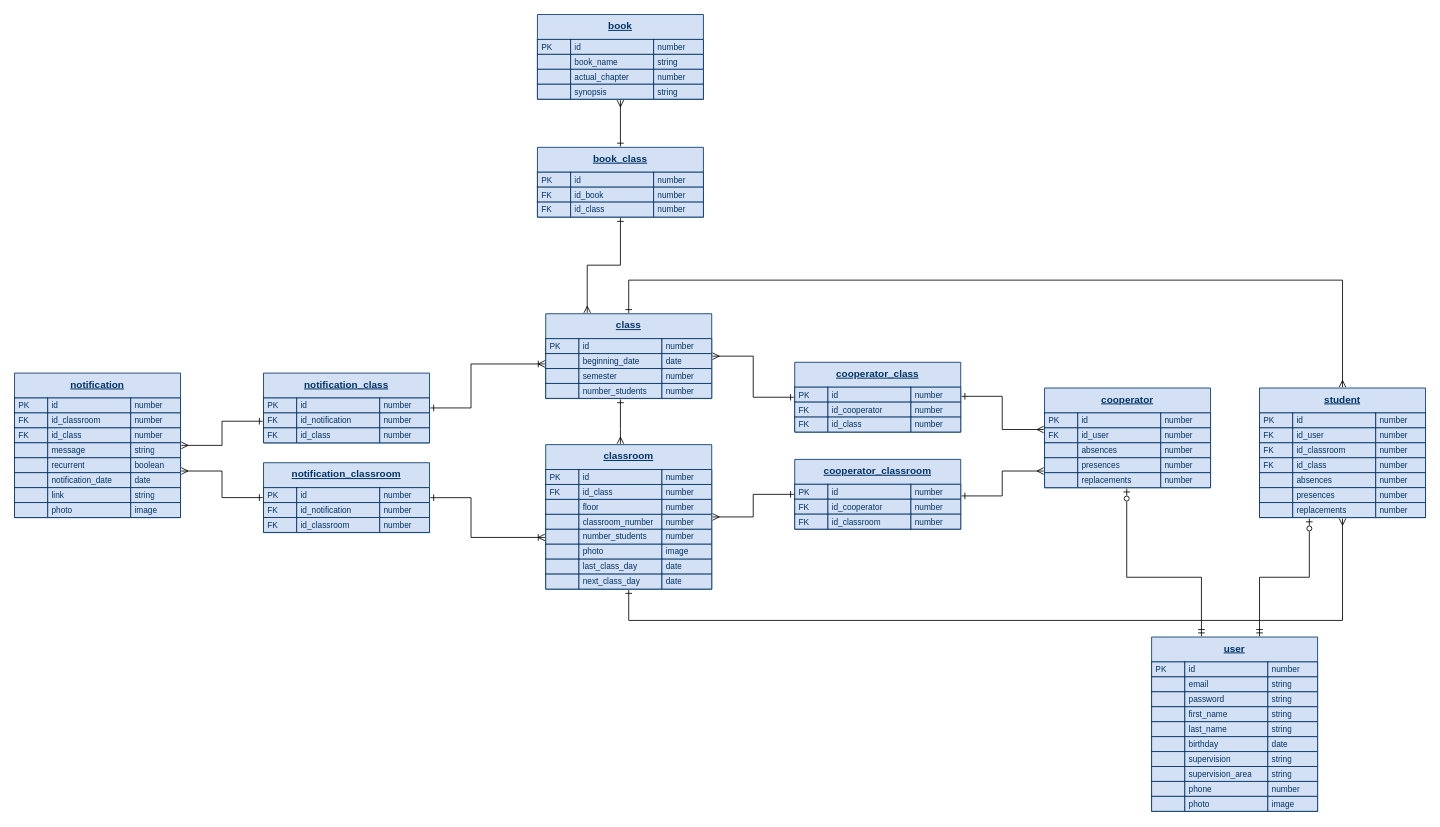
Earlier version of the draw.io diagram ser_db.drawio (FreeSoulsDotBat/SER). Source tidied: cells renumbered, new cells numbered last; positions are measured from the earlier drawing's top-left corner, leaving out a move shared by most shapes. Both pictures are drawn from the tidied source at 83%, with x=0, y=0 at pixel (14, 14).
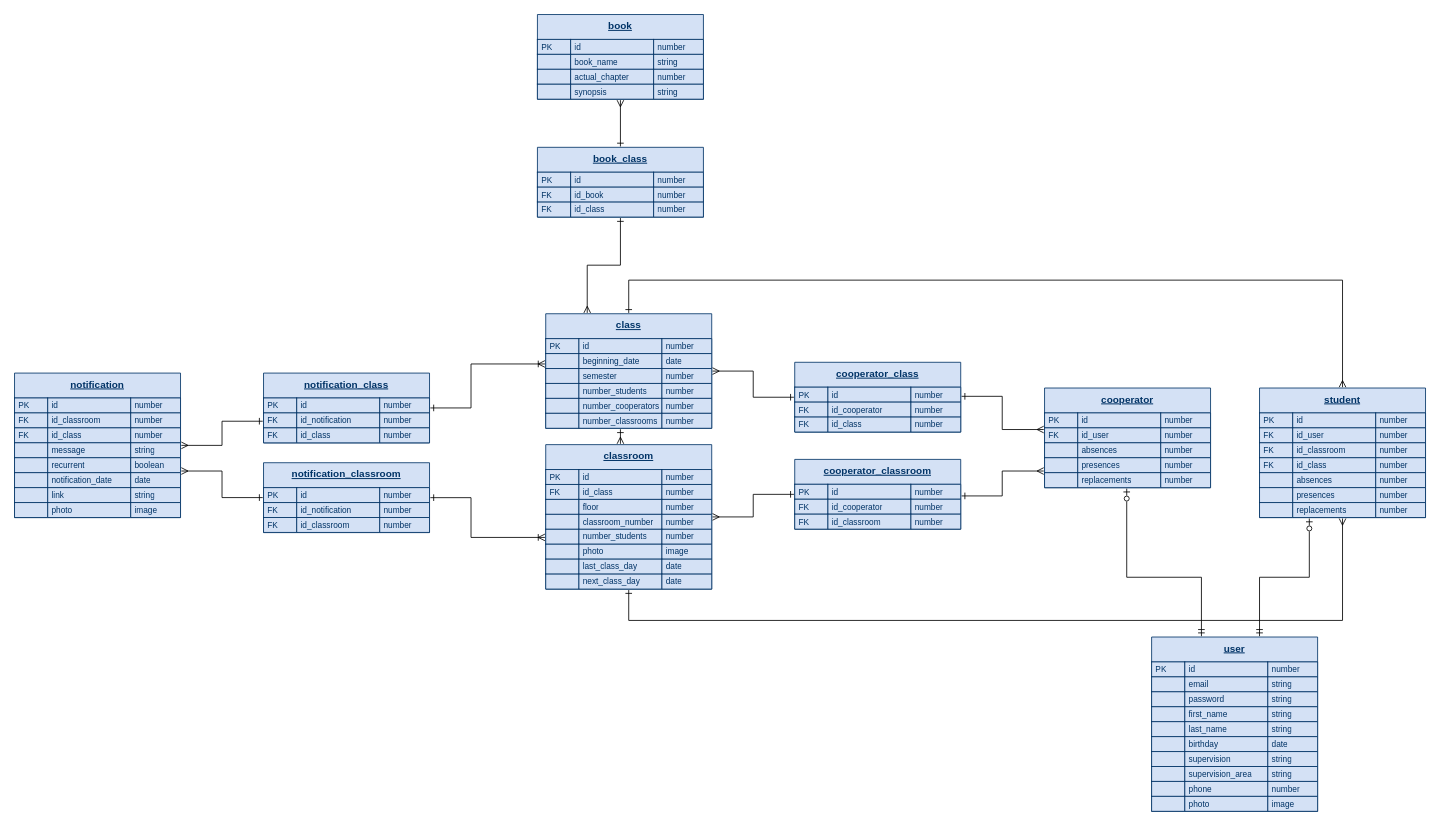
Above is the later version.

The edit, as a diff of the source:
```diff
@@
     <mxCell id="102" value="class" style="shape=table;startSize=30;childLayout=tableLayout;fontStyle=5;align=center;fillColor=#D4E1F5;strokeColor=#003366;fontColor=#003366;verticalAlign=top;swimlaneLine=1;sketch=0;perimeterSpacing=1;" parent="1" vertex="1">
-      <mxGeometry x="640" y="360.5" width="200" height="102.2" as="geometry" />
+      <mxGeometry x="640" y="360.5" width="200" height="138.2" as="geometry" />
     </mxCell>
@@
+    <mxCell id="273" style="shape=tableRow;horizontal=0;startSize=0;swimlaneHead=0;swimlaneBody=0;top=0;left=0;bottom=0;right=0;fillColor=none;" parent="102" vertex="1">
+      <mxGeometry y="102" width="200" height="18" as="geometry" />
+    </mxCell>
+    <mxCell id="274" style="shape=partialRectangle;html=1;whiteSpace=wrap;fillColor=#D4E1F5;top=1;left=1;bottom=1;right=1;overflow=hidden;strokeColor=#003366;strokeWidth=1;align=left;fontColor=#003366;spacingLeft=5;fontSize=10;spacing=0;" parent="273" vertex="1">
+      <mxGeometry width="40" height="18" as="geometry" />
+    </mxCell>
+    <mxCell id="275" value="number_cooperators" style="shape=partialRectangle;html=1;whiteSpace=wrap;fillColor=#D4E1F5;top=1;left=1;bottom=1;right=1;overflow=hidden;strokeColor=#003366;strokeWidth=1;align=left;fontColor=#003366;spacingLeft=5;fontSize=10;spacing=0;" parent="273" vertex="1">
+      <mxGeometry x="40" width="100" height="18" as="geometry" />
+    </mxCell>
+    <mxCell id="276" value="number" style="shape=partialRectangle;html=1;whiteSpace=wrap;fillColor=#D4E1F5;top=1;left=1;bottom=1;right=1;overflow=hidden;strokeColor=#003366;strokeWidth=1;align=left;fontColor=#003366;spacingLeft=5;fontSize=10;spacing=0;" parent="273" vertex="1">
+      <mxGeometry x="140" width="60" height="18" as="geometry" />
+    </mxCell>
+    <mxCell id="277" style="shape=tableRow;horizontal=0;startSize=0;swimlaneHead=0;swimlaneBody=0;top=0;left=0;bottom=0;right=0;fillColor=none;" parent="102" vertex="1">
+      <mxGeometry y="120" width="200" height="18" as="geometry" />
+    </mxCell>
+    <mxCell id="278" style="shape=partialRectangle;html=1;whiteSpace=wrap;fillColor=#D4E1F5;top=1;left=1;bottom=1;right=1;overflow=hidden;strokeColor=#003366;strokeWidth=1;align=left;fontColor=#003366;spacingLeft=5;fontSize=10;spacing=0;" parent="277" vertex="1">
+      <mxGeometry width="40" height="18" as="geometry" />
+    </mxCell>
+    <mxCell id="279" value="number_classrooms" style="shape=partialRectangle;html=1;whiteSpace=wrap;fillColor=#D4E1F5;top=1;left=1;bottom=1;right=1;overflow=hidden;strokeColor=#003366;strokeWidth=1;align=left;fontColor=#003366;spacingLeft=5;fontSize=10;spacing=0;" parent="277" vertex="1">
+      <mxGeometry x="40" width="100" height="18" as="geometry" />
+    </mxCell>
+    <mxCell id="280" value="number" style="shape=partialRectangle;html=1;whiteSpace=wrap;fillColor=#D4E1F5;top=1;left=1;bottom=1;right=1;overflow=hidden;strokeColor=#003366;strokeWidth=1;align=left;fontColor=#003366;spacingLeft=5;fontSize=10;spacing=0;" parent="277" vertex="1">
+      <mxGeometry x="140" width="60" height="18" as="geometry" />
+    </mxCell>
```
